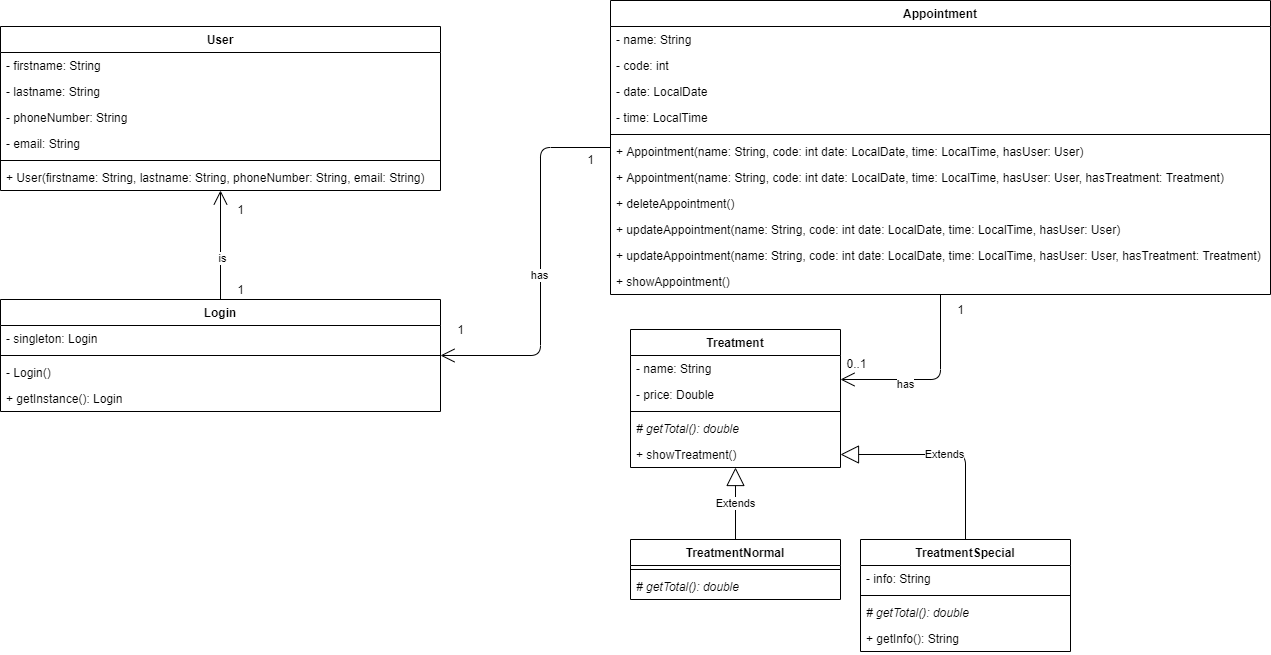
Above: ERD.png in DermanAygun/Kapper_agenda (draw.io), before the change. Source tidied: cells renumbered, new cells last; positions are measured from the earlier drawing's top-left corner, leaving out a move shared by most shapes.
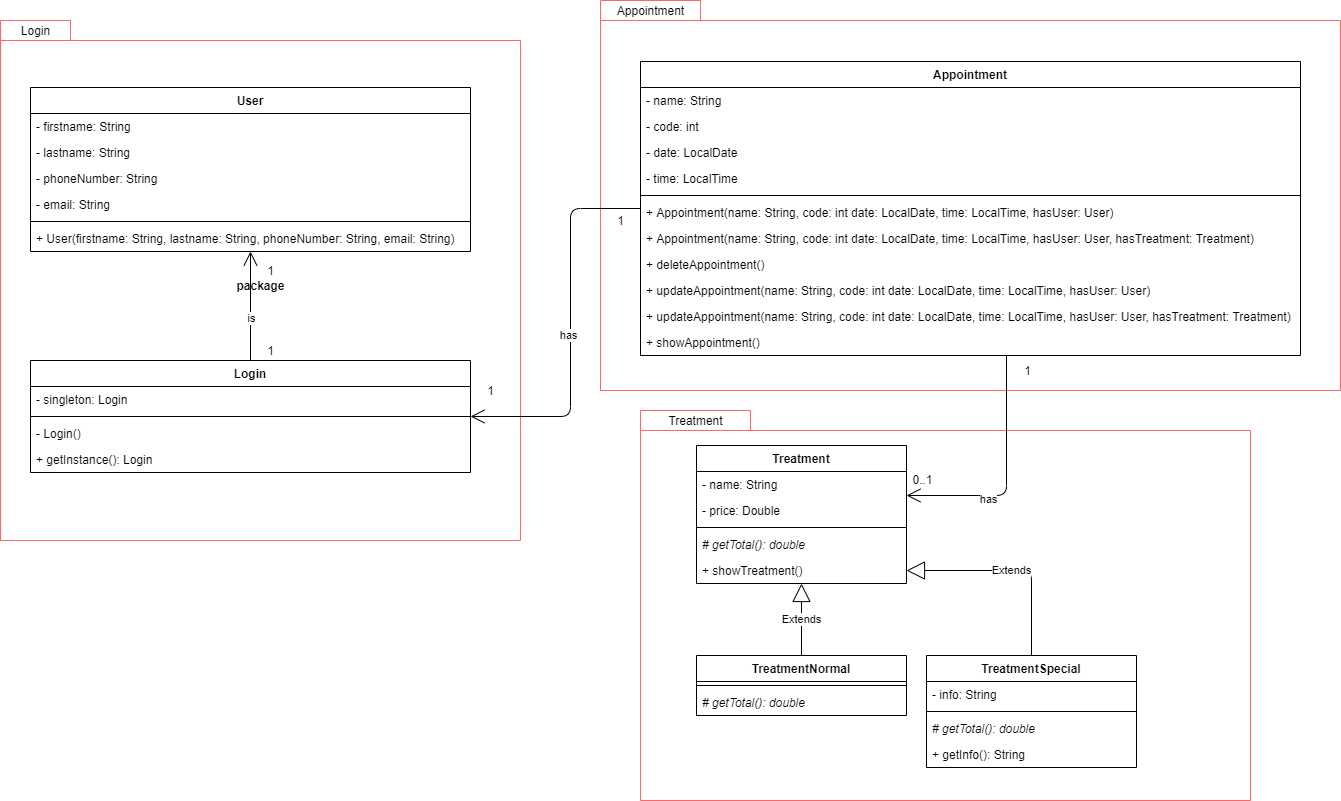
Later version of the same file.

The edit, as a diff of the source:
```diff
@@ -2,6 +2,15 @@
   <root>
     <mxCell id="0" />
     <mxCell id="1" parent="0" />
+    <mxCell id="54" style="shape=folder;fontStyle=1;spacingTop=10;tabWidth=100;tabHeight=20;tabPosition=left;html=1;strokeColor=#FF6666;fillColor=#ffffff;gradientColor=none;" parent="1" vertex="1">
+      <mxGeometry x="570" y="-61" width="740" height="390" as="geometry" />
+    </mxCell>
+    <mxCell id="55" value="package" style="shape=folder;fontStyle=1;spacingTop=10;tabWidth=70;tabHeight=20;tabPosition=left;html=1;strokeColor=#FF6666;gradientColor=none;" parent="1" vertex="1">
+      <mxGeometry x="-30" y="-41" width="520" height="520" as="geometry" />
+    </mxCell>
+    <mxCell id="56" style="shape=folder;fontStyle=1;spacingTop=10;tabWidth=110;tabHeight=20;tabPosition=left;html=1;strokeColor=#FF6666;" parent="1" vertex="1">
+      <mxGeometry x="610" y="349" width="610" height="390" as="geometry" />
+    </mxCell>
     <mxCell id="2" value="Appointment" style="swimlane;fontStyle=1;align=center;verticalAlign=top;horizontal=1;startSize=26;" parent="1" vertex="1">
       <mxGeometry x="610" width="660" height="294" as="geometry" />
     </mxCell>
@@ -39,7 +48,7 @@
       <mxGeometry y="268" width="660" height="26" as="geometry" />
     </mxCell>
     <mxCell id="14" value="Treatment" style="swimlane;fontStyle=1;align=center;verticalAlign=top;horizontal=1;startSize=26;" parent="1" vertex="1">
-      <mxGeometry x="630" y="329" width="210" height="138" as="geometry" />
+      <mxGeometry x="666" y="384" width="210" height="138" as="geometry" />
     </mxCell>
     <mxCell id="15" value="- name: String " style="text;strokeColor=none;fillColor=none;align=left;verticalAlign=top;spacingLeft=4;spacingRight=4;overflow=hidden;" parent="14" vertex="1">
       <mxGeometry y="26" width="210" height="26" as="geometry" />
@@ -93,7 +102,7 @@
       <mxGeometry y="86" width="440" height="26" as="geometry" />
     </mxCell>
     <mxCell id="32" value="TreatmentNormal" style="swimlane;fontStyle=1;align=center;verticalAlign=top;horizontal=1;startSize=26;" parent="1" vertex="1">
-      <mxGeometry x="630" y="539" width="210" height="60" as="geometry" />
+      <mxGeometry x="666" y="594" width="210" height="60" as="geometry" />
     </mxCell>
     <mxCell id="33" style="line;strokeWidth=1;fillColor=none;align=left;verticalAlign=middle;spacingTop=-1;spacingLeft=3;spacingRight=3;labelPosition=right;" parent="32" vertex="1">
       <mxGeometry y="26" width="210" height="8" as="geometry" />
@@ -102,7 +111,7 @@
       <mxGeometry y="34" width="210" height="26" as="geometry" />
     </mxCell>
     <mxCell id="35" value="TreatmentSpecial" style="swimlane;fontStyle=1;align=center;verticalAlign=top;horizontal=1;startSize=26;" parent="1" vertex="1">
-      <mxGeometry x="860" y="539" width="210" height="112" as="geometry" />
+      <mxGeometry x="896" y="594" width="210" height="112" as="geometry" />
     </mxCell>
     <mxCell id="36" value="- info: String " style="text;strokeColor=none;fillColor=none;align=left;verticalAlign=top;spacingLeft=4;spacingRight=4;overflow=hidden;" parent="35" vertex="1">
       <mxGeometry y="26" width="210" height="26" as="geometry" />
@@ -142,7 +151,7 @@
     <mxCell id="46" style="endArrow=open;endFill=1;endSize=12;html=1;edgeStyle=orthogonalEdgeStyle;" parent="1" edge="1" source="2" target="14">
       <mxGeometry relative="1" as="geometry">
         <Array as="points">
-          <mxPoint x="940" y="379" />
+          <mxPoint x="976" y="434" />
         </Array>
       </mxGeometry>
     </mxCell>
@@ -164,10 +173,19 @@
       <mxGeometry x="580" y="149" width="20" height="20" as="geometry" />
     </mxCell>
     <mxCell id="52" value="1" style="text;html=1;align=center;verticalAlign=middle;strokeColor=none;" parent="1" vertex="1">
-      <mxGeometry x="950" y="299" width="20" height="20" as="geometry" />
+      <mxGeometry x="987" y="299" width="20" height="20" as="geometry" />
     </mxCell>
     <mxCell id="53" value="0..1" style="text;html=1;align=center;verticalAlign=middle;strokeColor=none;" parent="1" vertex="1">
-      <mxGeometry x="836" y="353" width="40" height="20" as="geometry" />
+      <mxGeometry x="872" y="408" width="40" height="20" as="geometry" />
     </mxCell>
+    <mxCell id="57" value="Treatment" style="text;html=1;align=center;verticalAlign=middle;strokeColor=none;" parent="1" vertex="1">
+      <mxGeometry x="630" y="349" width="70" height="20" as="geometry" />
+    </mxCell>
+    <mxCell id="58" value="Login" style="text;html=1;align=center;verticalAlign=middle;strokeColor=none;" parent="1" vertex="1">
+      <mxGeometry x="-20" y="-41" width="50" height="20" as="geometry" />
+    </mxCell>
+    <mxCell id="59" value="Appointment" style="text;html=1;align=center;verticalAlign=middle;strokeColor=none;" parent="1" vertex="1">
+      <mxGeometry x="580" y="-61" width="80" height="20" as="geometry" />
+    </mxCell>
   </root>
 </mxGraphModel>
```
